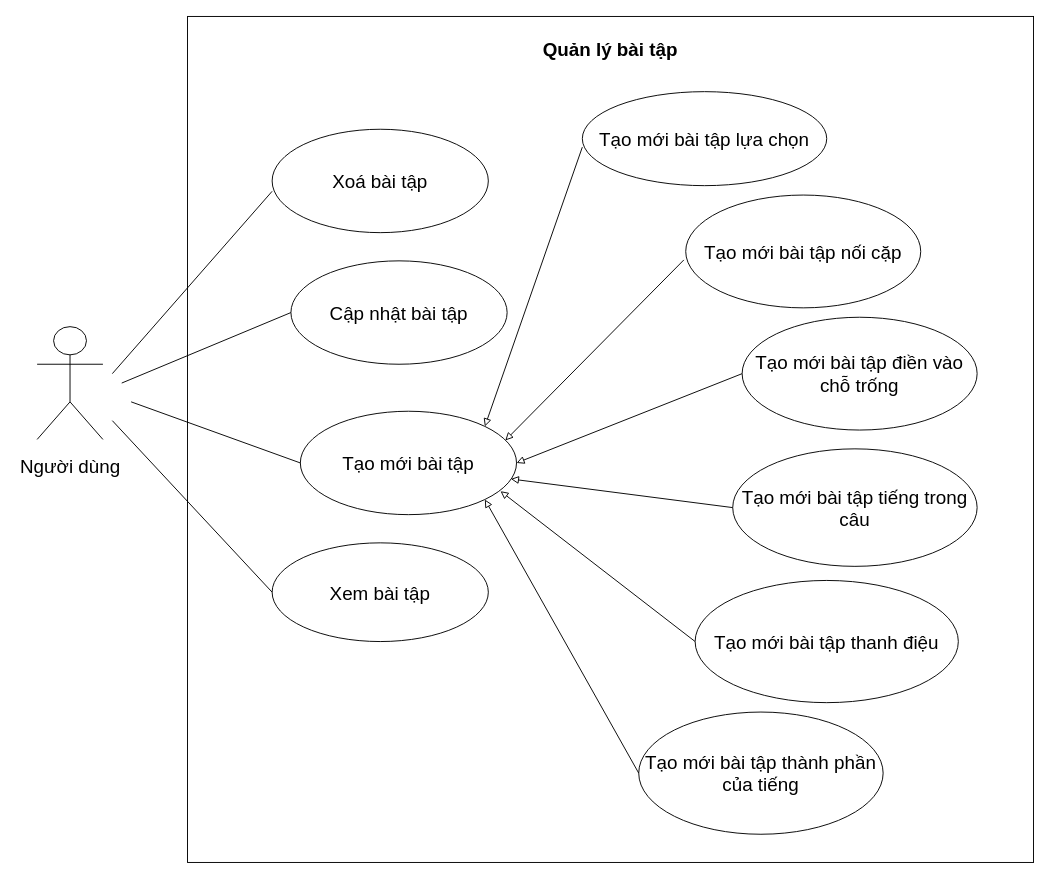
Above: page "Phân rã bài tập" (2 of 4) of src/Untitled Diagram.drawio in Thuong911/vietStudy (draw.io), before the change. Source tidied: cells renumbered, new cells numbered last; positions are measured from the earlier drawing's top-left corner, leaving out a move shared by most shapes. Both pictures are drawn from the tidied source at 94%, with x=0, y=0 at pixel (37, 16).
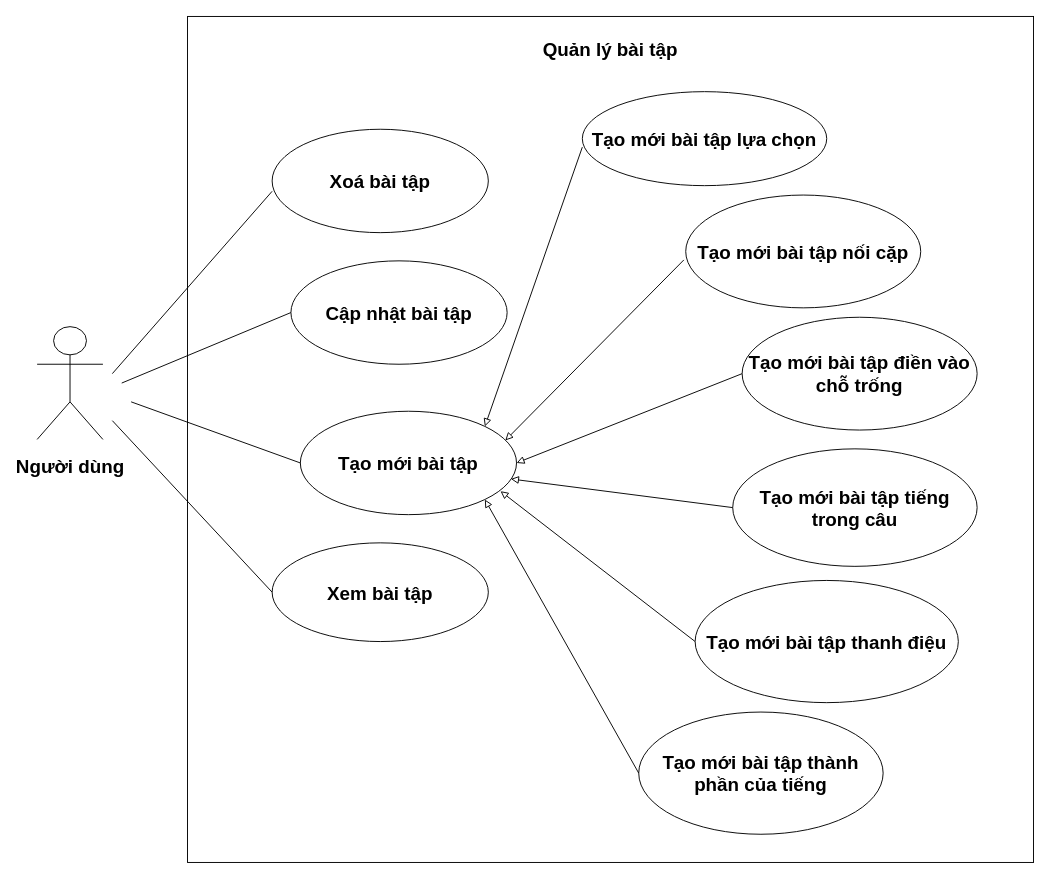
The same page after the edit.

The edit, as a diff of the source:
```diff
@@
-    <mxCell id="2" value="&lt;h2 style=&quot;font-size: 20px;&quot;&gt;Quản lý bài tập&lt;/h2&gt;" style="whiteSpace=wrap;html=1;rounded=0;shadow=0;sketch=0;verticalAlign=top;fontSize=20;" parent="1" vertex="1">
+    <mxCell id="2" value="&lt;h2 style=&quot;font-size: 20px;&quot;&gt;Quản lý bài tập&lt;/h2&gt;" style="whiteSpace=wrap;html=1;rounded=0;shadow=0;sketch=0;verticalAlign=top;fontSize=20;fontStyle=1;" parent="1" vertex="1">
       <mxGeometry x="160" width="900" height="900" as="geometry" />
     </mxCell>
-    <mxCell id="3" value="&lt;p style=&quot;font-size: 20px; line-height: 20%;&quot;&gt;&lt;font style=&quot;font-size: 20px;&quot;&gt;Người &lt;/font&gt;&lt;font style=&quot;font-size: 20px;&quot;&gt;dùng&lt;/font&gt;&lt;/p&gt;" style="shape=umlActor;verticalLabelPosition=bottom;verticalAlign=top;html=1;rounded=0;shadow=0;sketch=0;fontSize=20;" parent="1" vertex="1">
+    <mxCell id="3" value="&lt;p style=&quot;font-size: 20px; line-height: 20%;&quot;&gt;&lt;font style=&quot;font-size: 20px;&quot;&gt;Người &lt;/font&gt;&lt;font style=&quot;font-size: 20px;&quot;&gt;dùng&lt;/font&gt;&lt;/p&gt;" style="shape=umlActor;verticalLabelPosition=bottom;verticalAlign=top;html=1;rounded=0;shadow=0;sketch=0;fontSize=20;fontStyle=1;" parent="1" vertex="1">
       <mxGeometry y="330" width="70" height="120" as="geometry" />
     </mxCell>
-    <mxCell id="4" value="Xoá bài tập" style="ellipse;whiteSpace=wrap;html=1;rounded=0;shadow=0;sketch=0;fontSize=20;verticalAlign=middle;align=center;" parent="1" vertex="1">
+    <mxCell id="4" value="Xoá bài tập" style="ellipse;whiteSpace=wrap;html=1;rounded=0;shadow=0;sketch=0;fontSize=20;verticalAlign=middle;align=center;fontStyle=1;" parent="1" vertex="1">
       <mxGeometry x="250" y="120" width="230" height="110" as="geometry" />
     </mxCell>
-    <mxCell id="5" value="Cập nhật bài tập" style="ellipse;whiteSpace=wrap;html=1;rounded=0;shadow=0;sketch=0;fontSize=20;verticalAlign=middle;align=center;" parent="1" vertex="1">
+    <mxCell id="5" value="Cập nhật bài tập" style="ellipse;whiteSpace=wrap;html=1;rounded=0;shadow=0;sketch=0;fontSize=20;verticalAlign=middle;align=center;fontStyle=1;" parent="1" vertex="1">
       <mxGeometry x="270" y="260" width="230" height="110" as="geometry" />
     </mxCell>
-    <mxCell id="6" value="Xem bài tập" style="ellipse;whiteSpace=wrap;html=1;rounded=0;shadow=0;sketch=0;fontSize=20;verticalAlign=middle;align=center;" parent="1" vertex="1">
+    <mxCell id="6" value="Xem bài tập" style="ellipse;whiteSpace=wrap;html=1;rounded=0;shadow=0;sketch=0;fontSize=20;verticalAlign=middle;align=center;fontStyle=1;" parent="1" vertex="1">
       <mxGeometry x="250" y="560" width="230" height="105" as="geometry" />
     </mxCell>
-    <mxCell id="7" value="Tạo mới bài tập" style="ellipse;whiteSpace=wrap;html=1;rounded=0;shadow=0;sketch=0;fontSize=20;verticalAlign=middle;align=center;" parent="1" vertex="1">
+    <mxCell id="7" value="Tạo mới bài tập" style="ellipse;whiteSpace=wrap;html=1;rounded=0;shadow=0;sketch=0;fontSize=20;verticalAlign=middle;align=center;fontStyle=1;" parent="1" vertex="1">
       <mxGeometry x="280" y="420" width="230" height="110" as="geometry" />
     </mxCell>
-    <mxCell id="8" style="endArrow=none;html=1;fontSize=20;entryX=0;entryY=0.5;entryDx=0;entryDy=0;" parent="1" edge="1" target="6">
+    <mxCell id="8" style="endArrow=none;html=1;fontSize=20;entryX=0;entryY=0.5;entryDx=0;entryDy=0;fontStyle=1;" parent="1" edge="1" target="6">
       <mxGeometry relative="1" as="geometry">
         <mxPoint x="80" y="430" as="sourcePoint" />
       </mxGeometry>
     </mxCell>
-    <mxCell id="9" style="endArrow=none;html=1;fontSize=20;entryX=0;entryY=0.6;entryDx=0;entryDy=0;entryPerimeter=0;" parent="1" edge="1" target="4">
+    <mxCell id="9" style="endArrow=none;html=1;fontSize=20;entryX=0;entryY=0.6;entryDx=0;entryDy=0;entryPerimeter=0;fontStyle=1;" parent="1" edge="1" target="4">
       <mxGeometry relative="1" as="geometry">
         <mxPoint x="80" y="380" as="sourcePoint" />
       </mxGeometry>
     </mxCell>
-    <mxCell id="10" style="endArrow=none;html=1;fontSize=20;entryX=0;entryY=0.5;entryDx=0;entryDy=0;" parent="1" edge="1" target="7">
+    <mxCell id="10" style="endArrow=none;html=1;fontSize=20;entryX=0;entryY=0.5;entryDx=0;entryDy=0;fontStyle=1;" parent="1" edge="1" target="7">
       <mxGeometry relative="1" as="geometry">
         <mxPoint x="100" y="410" as="sourcePoint" />
       </mxGeometry>
     </mxCell>
-    <mxCell id="11" style="endArrow=none;html=1;fontSize=20;entryX=0;entryY=0.5;entryDx=0;entryDy=0;" parent="1" edge="1" target="5">
+    <mxCell id="11" style="endArrow=none;html=1;fontSize=20;entryX=0;entryY=0.5;entryDx=0;entryDy=0;fontStyle=1;" parent="1" edge="1" target="5">
       <mxGeometry relative="1" as="geometry">
         <mxPoint x="90" y="390" as="sourcePoint" />
       </mxGeometry>
     </mxCell>
-    <mxCell id="12" value="Tạo mới bài tập lựa chọn" style="ellipse;whiteSpace=wrap;html=1;rounded=0;shadow=0;sketch=0;fontSize=20;verticalAlign=middle;align=center;" parent="1" vertex="1">
+    <mxCell id="12" value="Tạo mới bài tập lựa chọn" style="ellipse;whiteSpace=wrap;html=1;rounded=0;shadow=0;sketch=0;fontSize=20;verticalAlign=middle;align=center;fontStyle=1;" parent="1" vertex="1">
       <mxGeometry x="580" y="80" width="260" height="100" as="geometry" />
     </mxCell>
-    <mxCell id="13" value="Tạo mới bài tập nối cặp" style="ellipse;whiteSpace=wrap;html=1;rounded=0;shadow=0;sketch=0;fontSize=20;verticalAlign=middle;align=center;" parent="1" vertex="1">
+    <mxCell id="13" value="Tạo mới bài tập nối cặp" style="ellipse;whiteSpace=wrap;html=1;rounded=0;shadow=0;sketch=0;fontSize=20;verticalAlign=middle;align=center;fontStyle=1;" parent="1" vertex="1">
       <mxGeometry x="690" y="190" width="250" height="120" as="geometry" />
     </mxCell>
-    <mxCell id="14" value="Tạo mới bài tập điền vào chỗ trống" style="ellipse;whiteSpace=wrap;html=1;rounded=0;shadow=0;sketch=0;fontSize=20;verticalAlign=middle;align=center;" parent="1" vertex="1">
+    <mxCell id="14" value="Tạo mới bài tập điền vào chỗ trống" style="ellipse;whiteSpace=wrap;html=1;rounded=0;shadow=0;sketch=0;fontSize=20;verticalAlign=middle;align=center;fontStyle=1;" parent="1" vertex="1">
       <mxGeometry x="750" y="320" width="250" height="120" as="geometry" />
     </mxCell>
-    <mxCell id="15" value="Tạo mới bài tập tiếng trong câu" style="ellipse;whiteSpace=wrap;html=1;rounded=0;shadow=0;sketch=0;fontSize=20;verticalAlign=middle;align=center;" parent="1" vertex="1">
+    <mxCell id="15" value="Tạo mới bài tập tiếng trong câu" style="ellipse;whiteSpace=wrap;html=1;rounded=0;shadow=0;sketch=0;fontSize=20;verticalAlign=middle;align=center;fontStyle=1;" parent="1" vertex="1">
       <mxGeometry x="740" y="460" width="260" height="125" as="geometry" />
     </mxCell>
-    <mxCell id="16" value="Tạo mới bài tập thanh điệu" style="ellipse;whiteSpace=wrap;html=1;rounded=0;shadow=0;sketch=0;fontSize=20;verticalAlign=middle;align=center;" parent="1" vertex="1">
+    <mxCell id="16" value="Tạo mới bài tập thanh điệu" style="ellipse;whiteSpace=wrap;html=1;rounded=0;shadow=0;sketch=0;fontSize=20;verticalAlign=middle;align=center;fontStyle=1;" parent="1" vertex="1">
       <mxGeometry x="700" y="600" width="280" height="130" as="geometry" />
     </mxCell>
-    <mxCell id="17" value="Tạo mới bài tập thành phần của tiếng" style="ellipse;whiteSpace=wrap;html=1;rounded=0;shadow=0;sketch=0;fontSize=20;verticalAlign=middle;align=center;" parent="1" vertex="1">
+    <mxCell id="17" value="Tạo mới bài tập thành phần của tiếng" style="ellipse;whiteSpace=wrap;html=1;rounded=0;shadow=0;sketch=0;fontSize=20;verticalAlign=middle;align=center;fontStyle=1;" parent="1" vertex="1">
       <mxGeometry x="640" y="740" width="260" height="130" as="geometry" />
     </mxCell>
-    <mxCell id="18" style="endArrow=block;html=1;endFill=0;exitX=0;exitY=0.59;exitDx=0;exitDy=0;exitPerimeter=0;entryX=1;entryY=0;entryDx=0;entryDy=0;fontSize=20;" parent="1" edge="1" source="12" target="7">
+    <mxCell id="18" style="endArrow=block;html=1;endFill=0;exitX=0;exitY=0.59;exitDx=0;exitDy=0;exitPerimeter=0;entryX=1;entryY=0;entryDx=0;entryDy=0;fontSize=20;fontStyle=1;" parent="1" edge="1" source="12" target="7">
       <mxGeometry relative="1" as="geometry" />
     </mxCell>
-    <mxCell id="19" style="endArrow=block;html=1;endFill=0;exitX=0;exitY=0.5;exitDx=0;exitDy=0;fontSize=20;entryX=0.926;entryY=0.773;entryDx=0;entryDy=0;entryPerimeter=0;" parent="1" edge="1" source="16" target="7">
+    <mxCell id="19" style="endArrow=block;html=1;endFill=0;exitX=0;exitY=0.5;exitDx=0;exitDy=0;fontSize=20;entryX=0.926;entryY=0.773;entryDx=0;entryDy=0;entryPerimeter=0;fontStyle=1;" parent="1" edge="1" source="16" target="7">
       <mxGeometry relative="1" as="geometry" />
     </mxCell>
-    <mxCell id="20" style="endArrow=block;html=1;endFill=0;exitX=0;exitY=0.5;exitDx=0;exitDy=0;fontSize=20;entryX=0.974;entryY=0.655;entryDx=0;entryDy=0;entryPerimeter=0;" parent="1" edge="1" source="15" target="7">
+    <mxCell id="20" style="endArrow=block;html=1;endFill=0;exitX=0;exitY=0.5;exitDx=0;exitDy=0;fontSize=20;entryX=0.974;entryY=0.655;entryDx=0;entryDy=0;entryPerimeter=0;fontStyle=1;" parent="1" edge="1" source="15" target="7">
       <mxGeometry relative="1" as="geometry" />
     </mxCell>
-    <mxCell id="21" style="endArrow=block;html=1;endFill=0;exitX=0;exitY=0.5;exitDx=0;exitDy=0;fontSize=20;entryX=1;entryY=0.5;entryDx=0;entryDy=0;" parent="1" edge="1" source="14" target="7">
+    <mxCell id="21" style="endArrow=block;html=1;endFill=0;exitX=0;exitY=0.5;exitDx=0;exitDy=0;fontSize=20;entryX=1;entryY=0.5;entryDx=0;entryDy=0;fontStyle=1;" parent="1" edge="1" source="14" target="7">
       <mxGeometry relative="1" as="geometry" />
     </mxCell>
-    <mxCell id="22" style="endArrow=block;html=1;endFill=0;entryX=0.948;entryY=0.282;entryDx=0;entryDy=0;entryPerimeter=0;fontSize=20;exitX=-0.008;exitY=0.575;exitDx=0;exitDy=0;exitPerimeter=0;" parent="1" edge="1" source="13" target="7">
+    <mxCell id="22" style="endArrow=block;html=1;endFill=0;entryX=0.948;entryY=0.282;entryDx=0;entryDy=0;entryPerimeter=0;fontSize=20;exitX=-0.008;exitY=0.575;exitDx=0;exitDy=0;exitPerimeter=0;fontStyle=1;" parent="1" edge="1" source="13" target="7">
       <mxGeometry relative="1" as="geometry" />
     </mxCell>
-    <mxCell id="23" style="endArrow=block;html=1;endFill=0;exitX=0;exitY=0.5;exitDx=0;exitDy=0;entryX=1;entryY=1;entryDx=0;entryDy=0;fontSize=20;" parent="1" edge="1" source="17" target="7">
+    <mxCell id="23" style="endArrow=block;html=1;endFill=0;exitX=0;exitY=0.5;exitDx=0;exitDy=0;entryX=1;entryY=1;entryDx=0;entryDy=0;fontSize=20;fontStyle=1;" parent="1" edge="1" source="17" target="7">
       <mxGeometry relative="1" as="geometry" />
     </mxCell>
```
